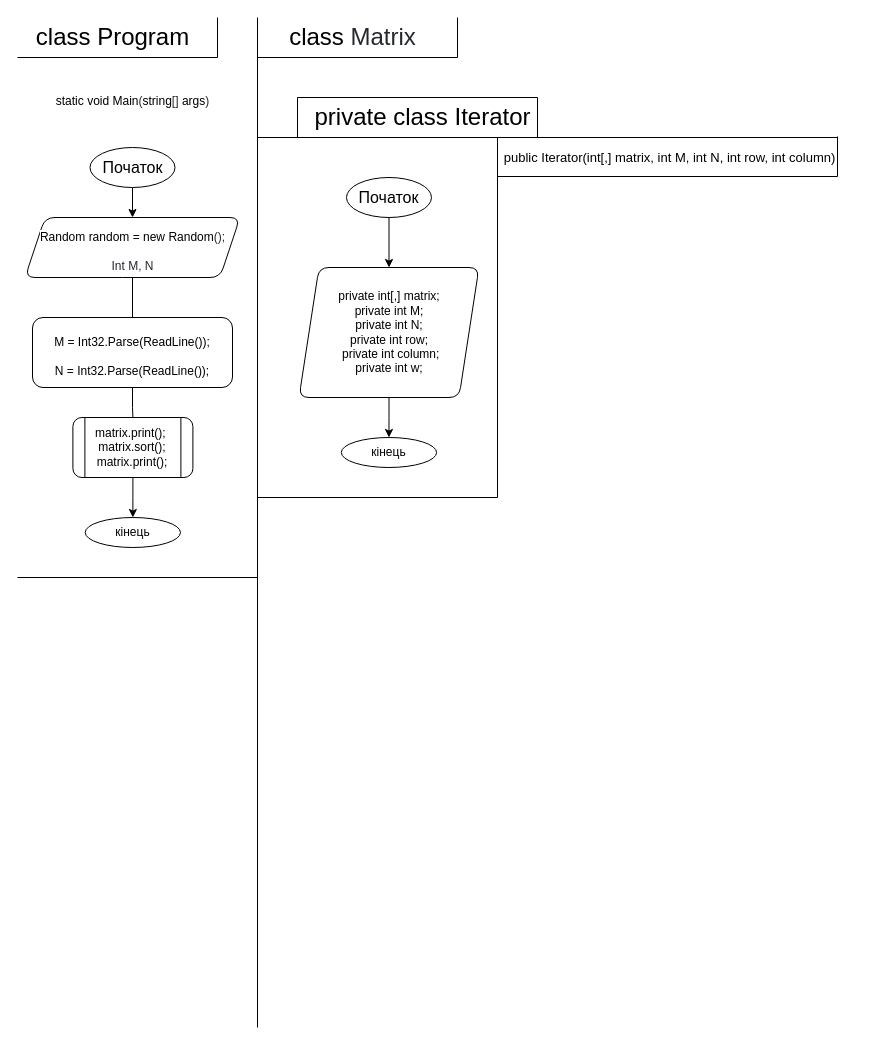
The draw.io diagram asd_2 term/laba_5/laboratorna5.drawio in IKatiaI/ads-nahorna-kp13, before the edit. Source tidied: cells renumbered, new cells numbered last; positions are measured from the earlier drawing's top-left corner, leaving out a move shared by most shapes. Both pictures are drawn from the tidied source at 100%, with x=0, y=0 at pixel (17, 17).
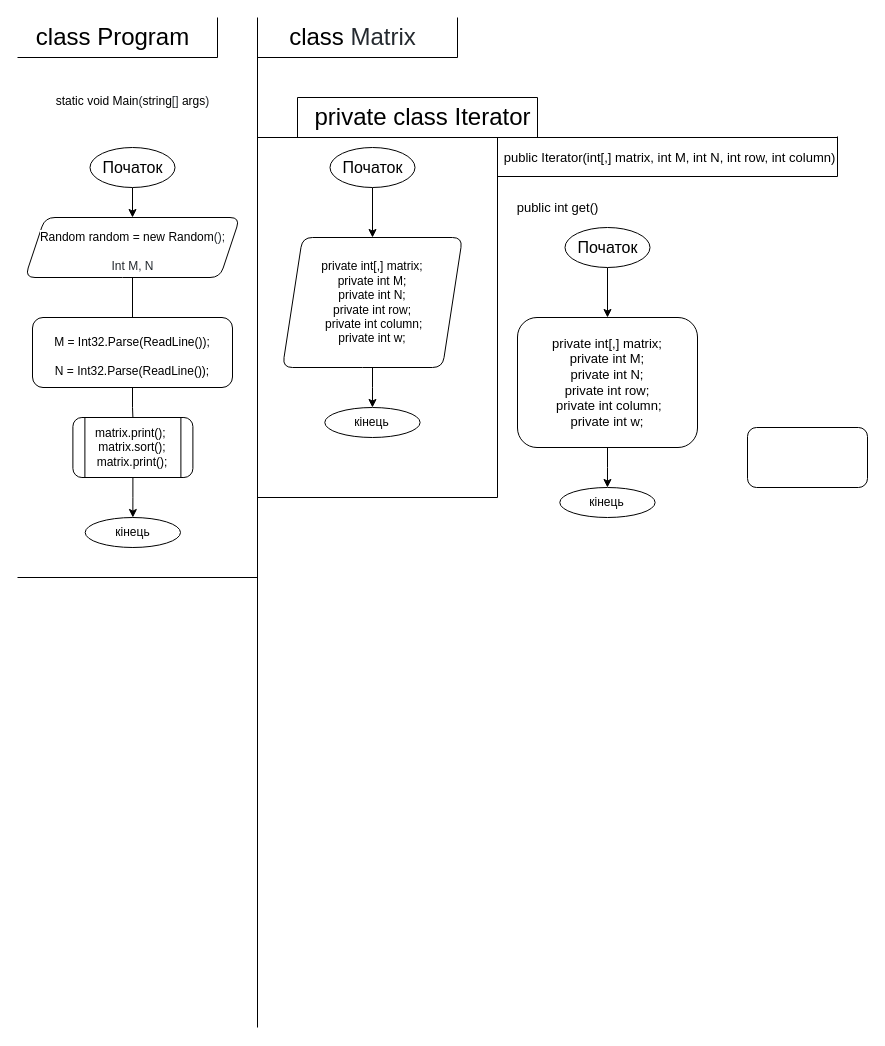
The same page after the edit.

Diff of the diagram source:
```diff
@@
     <mxCell id="25" value="Початок" style="ellipse;whiteSpace=wrap;html=1;fontSize=16;strokeWidth=1;rounded=1;sketch=0;" parent="1" vertex="1">
-      <mxGeometry x="329" y="160" width="85" height="40" as="geometry" />
+      <mxGeometry x="547.5" y="210" width="85" height="40" as="geometry" />
     </mxCell>
-    <mxCell id="26" value="&lt;div&gt;private int[,] matrix;&lt;/div&gt;&lt;div&gt;&lt;span&gt;private int M;&lt;/span&gt;&lt;/div&gt;&lt;div&gt;private int N;&lt;/div&gt;&lt;div&gt;private int row;&lt;/div&gt;&lt;div&gt;&amp;nbsp;private int column;&lt;/div&gt;&lt;div&gt;private int w;&lt;/div&gt;" style="shape=parallelogram;perimeter=parallelogramPerimeter;whiteSpace=wrap;html=1;fixedSize=1;rounded=1;sketch=0;fontSize=12;" parent="1" vertex="1">
-      <mxGeometry x="281.5" y="250" width="180" height="130" as="geometry" />
+    <mxCell id="26" value="&lt;div&gt;private int[,] matrix;&lt;/div&gt;&lt;div&gt;&lt;span&gt;private int M;&lt;/span&gt;&lt;/div&gt;&lt;div&gt;private int N;&lt;/div&gt;&lt;div&gt;private int row;&lt;/div&gt;&lt;div&gt;&amp;nbsp;private int column;&lt;/div&gt;&lt;div&gt;private int w;&lt;/div&gt;" style="rounded=1;whiteSpace=wrap;html=1;sketch=0;fontSize=13;" parent="1" vertex="1">
+      <mxGeometry x="500" y="300" width="180" height="130" as="geometry" />
     </mxCell>
@@
     <mxCell id="28" value="кінець" style="ellipse;whiteSpace=wrap;html=1;rounded=1;sketch=0;fontSize=12;" parent="1" vertex="1">
-      <mxGeometry x="323.8" y="420" width="95.3" height="30" as="geometry" />
+      <mxGeometry x="542.3" y="470" width="95.3" height="30" as="geometry" />
     </mxCell>
@@
+    <mxCell id="34" value="public int get()" style="text;html=1;align=center;verticalAlign=middle;strokeColor=none;fillColor=none;fontSize=13;" parent="1" vertex="1">
+      <mxGeometry x="490" y="180" width="100" height="20" as="geometry" />
+    </mxCell>
+    <mxCell id="35" style="edgeStyle=orthogonalEdgeStyle;rounded=0;jettySize=auto;html=1;exitX=0.5;exitY=1;exitDx=0;exitDy=0;fontSize=12;" parent="1" edge="1" source="36" target="37">
+      <mxGeometry relative="1" as="geometry" />
+    </mxCell>
+    <mxCell id="36" value="Початок" style="ellipse;whiteSpace=wrap;html=1;fontSize=16;strokeWidth=1;rounded=1;sketch=0;" parent="1" vertex="1">
+      <mxGeometry x="312.5" y="130" width="85" height="40" as="geometry" />
+    </mxCell>
+    <mxCell id="37" value="&lt;div&gt;private int[,] matrix;&lt;/div&gt;&lt;div&gt;&lt;span&gt;private int M;&lt;/span&gt;&lt;/div&gt;&lt;div&gt;private int N;&lt;/div&gt;&lt;div&gt;private int row;&lt;/div&gt;&lt;div&gt;&amp;nbsp;private int column;&lt;/div&gt;&lt;div&gt;private int w;&lt;/div&gt;" style="shape=parallelogram;perimeter=parallelogramPerimeter;whiteSpace=wrap;html=1;fixedSize=1;rounded=1;sketch=0;fontSize=12;" parent="1" vertex="1">
+      <mxGeometry x="265" y="220" width="180" height="130" as="geometry" />
+    </mxCell>
+    <mxCell id="38" style="edgeStyle=orthogonalEdgeStyle;rounded=0;jettySize=auto;html=1;fontSize=12;" parent="1" edge="1" source="37" target="39">
+      <mxGeometry relative="1" as="geometry" />
+    </mxCell>
+    <mxCell id="39" value="кінець" style="ellipse;whiteSpace=wrap;html=1;rounded=1;sketch=0;fontSize=12;" parent="1" vertex="1">
+      <mxGeometry x="307.3" y="390" width="95.3" height="30" as="geometry" />
+    </mxCell>
+    <mxCell id="40" style="rounded=1;whiteSpace=wrap;html=1;sketch=0;fontSize=13;" parent="1" vertex="1">
+      <mxGeometry x="730" y="410" width="120" height="60" as="geometry" />
+    </mxCell>
```
